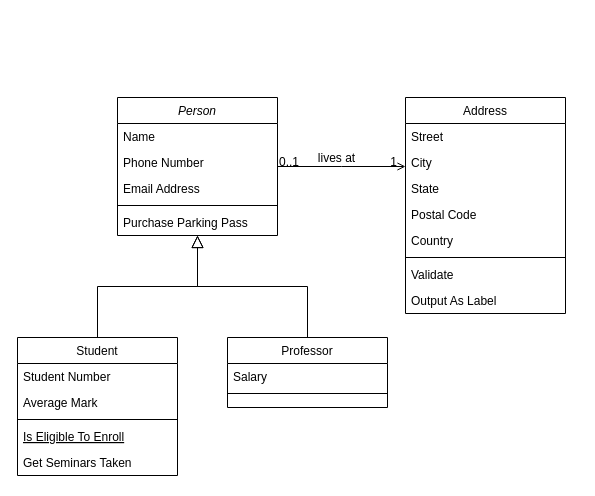
Earlier version of the draw.io diagram AssetManagementRetail.drawio (arizzadamm/AssetManagementRetail). Source tidied: cells renumbered, new cells numbered last; positions are measured from the earlier drawing's top-left corner, leaving out a move shared by most shapes. Both pictures are drawn from the tidied source at 100%, with x=0, y=0 at pixel (17, 97).
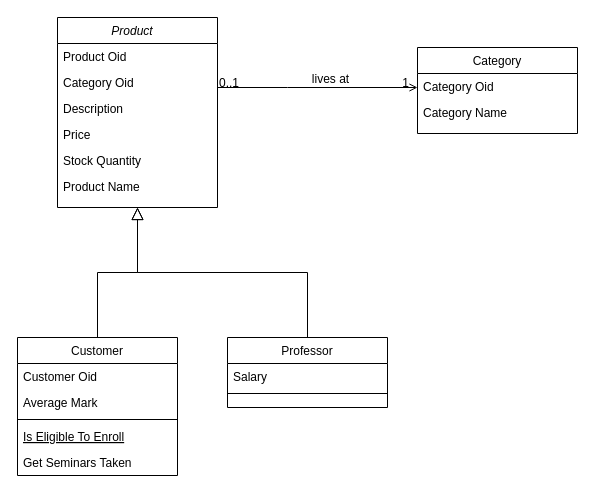
The same page after the edit.

What changed in the source:
```diff
@@
-    <mxCell id="2" value="Person" style="swimlane;fontStyle=2;align=center;verticalAlign=top;horizontal=1;startSize=26;rounded=0;shadow=0;strokeWidth=1;" parent="1" vertex="1">
-      <mxGeometry x="100" width="160" height="138" as="geometry" />
+    <mxCell id="2" value="Product   " style="swimlane;fontStyle=2;align=center;verticalAlign=top;horizontal=1;startSize=26;rounded=0;shadow=0;strokeWidth=1;" parent="1" vertex="1">
+      <mxGeometry x="40" y="-80" width="160" height="190" as="geometry" />
     </mxCell>
-    <mxCell id="3" value="Name" style="text;align=left;verticalAlign=top;spacingLeft=4;spacingRight=4;overflow=hidden;" parent="2" vertex="1">
+    <mxCell id="3" value="Product Oid    &#10;&#10;&#10;" style="text;align=left;verticalAlign=top;spacingLeft=4;spacingRight=4;overflow=hidden;" parent="2" vertex="1">
       <mxGeometry y="26" width="160" height="26" as="geometry" />
     </mxCell>
+    <mxCell id="32" value="Category Oid" style="text;align=left;verticalAlign=top;spacingLeft=4;spacingRight=4;overflow=hidden;rounded=0;shadow=0;html=0;" parent="2" vertex="1">
+      <mxGeometry y="52" width="160" height="26" as="geometry" />
+    </mxCell>
+    <mxCell id="5" value="Description&#10;" style="text;align=left;verticalAlign=top;spacingLeft=4;spacingRight=4;overflow=hidden;rounded=0;shadow=0;html=0;" parent="2" vertex="1">
+      <mxGeometry y="78" width="160" height="26" as="geometry" />
+    </mxCell>
+    <mxCell id="7" value="Price    &#10;&#10;    &#10;" style="text;align=left;verticalAlign=top;spacingLeft=4;spacingRight=4;overflow=hidden;" parent="2" vertex="1">
+      <mxGeometry y="104" width="160" height="26" as="geometry" />
+    </mxCell>
+    <mxCell id="33" value="Stock Quantity" style="text;align=left;verticalAlign=top;spacingLeft=4;spacingRight=4;overflow=hidden;rounded=0;shadow=0;html=0;" parent="2" vertex="1">
+      <mxGeometry y="130" width="160" height="26" as="geometry" />
+    </mxCell>
-    <mxCell id="4" value="Phone Number" style="text;align=left;verticalAlign=top;spacingLeft=4;spacingRight=4;overflow=hidden;rounded=0;shadow=0;html=0;" parent="2" vertex="1">
-      <mxGeometry y="52" width="160" height="26" as="geometry" />
+    <mxCell id="4" value="Product Name" style="text;align=left;verticalAlign=top;spacingLeft=4;spacingRight=4;overflow=hidden;rounded=0;shadow=0;html=0;" parent="2" vertex="1">
+      <mxGeometry y="156" width="160" height="26" as="geometry" />
     </mxCell>
-    <mxCell id="5" value="Email Address" style="text;align=left;verticalAlign=top;spacingLeft=4;spacingRight=4;overflow=hidden;rounded=0;shadow=0;html=0;" parent="2" vertex="1">
-      <mxGeometry y="78" width="160" height="26" as="geometry" />
-    </mxCell>
-    <mxCell id="6" style="line;html=1;strokeWidth=1;align=left;verticalAlign=middle;spacingTop=-1;spacingLeft=3;spacingRight=3;labelPosition=right;" parent="2" vertex="1">
-      <mxGeometry y="104" width="160" height="8" as="geometry" />
-    </mxCell>
-    <mxCell id="7" value="Purchase Parking Pass" style="text;align=left;verticalAlign=top;spacingLeft=4;spacingRight=4;overflow=hidden;" parent="2" vertex="1">
-      <mxGeometry y="112" width="160" height="26" as="geometry" />
-    </mxCell>
-    <mxCell id="8" value="Student" style="swimlane;fontStyle=0;align=center;verticalAlign=top;horizontal=1;startSize=26;rounded=0;shadow=0;strokeWidth=1;" parent="1" vertex="1">
+    <mxCell id="8" value="Customer" style="swimlane;fontStyle=0;align=center;verticalAlign=top;horizontal=1;startSize=26;rounded=0;shadow=0;strokeWidth=1;" parent="1" vertex="1">
       <mxGeometry y="240" width="160" height="138" as="geometry" />
     </mxCell>
-    <mxCell id="9" value="Student Number" style="text;align=left;verticalAlign=top;spacingLeft=4;spacingRight=4;overflow=hidden;" parent="8" vertex="1">
+    <mxCell id="9" value="Customer Oid" style="text;align=left;verticalAlign=top;spacingLeft=4;spacingRight=4;overflow=hidden;" parent="8" vertex="1">
       <mxGeometry y="26" width="160" height="26" as="geometry" />
     </mxCell>
@@
-    <mxCell id="19" value="Address" style="swimlane;fontStyle=0;align=center;verticalAlign=top;horizontal=1;startSize=26;rounded=0;shadow=0;strokeWidth=1;" parent="1" vertex="1">
-      <mxGeometry x="388" width="160" height="216" as="geometry" />
+    <mxCell id="19" value="Category" style="swimlane;fontStyle=0;align=center;verticalAlign=top;horizontal=1;startSize=26;rounded=0;shadow=0;strokeWidth=1;" parent="1" vertex="1">
+      <mxGeometry x="400" y="-50" width="160" height="86" as="geometry" />
     </mxCell>
-    <mxCell id="20" value="Street" style="text;align=left;verticalAlign=top;spacingLeft=4;spacingRight=4;overflow=hidden;" parent="19" vertex="1">
+    <mxCell id="20" value="Category Oid" style="text;align=left;verticalAlign=top;spacingLeft=4;spacingRight=4;overflow=hidden;" parent="19" vertex="1">
       <mxGeometry y="26" width="160" height="26" as="geometry" />
     </mxCell>
-    <mxCell id="21" value="City" style="text;align=left;verticalAlign=top;spacingLeft=4;spacingRight=4;overflow=hidden;rounded=0;shadow=0;html=0;" parent="19" vertex="1">
+    <mxCell id="21" value="Category Name" style="text;align=left;verticalAlign=top;spacingLeft=4;spacingRight=4;overflow=hidden;rounded=0;shadow=0;html=0;" parent="19" vertex="1">
       <mxGeometry y="52" width="160" height="26" as="geometry" />
     </mxCell>
-    <mxCell id="22" value="State" style="text;align=left;verticalAlign=top;spacingLeft=4;spacingRight=4;overflow=hidden;rounded=0;shadow=0;html=0;" parent="19" vertex="1">
-      <mxGeometry y="78" width="160" height="26" as="geometry" />
-    </mxCell>
-    <mxCell id="23" value="Postal Code" style="text;align=left;verticalAlign=top;spacingLeft=4;spacingRight=4;overflow=hidden;rounded=0;shadow=0;html=0;" parent="19" vertex="1">
-      <mxGeometry y="104" width="160" height="26" as="geometry" />
-    </mxCell>
-    <mxCell id="24" value="Country" style="text;align=left;verticalAlign=top;spacingLeft=4;spacingRight=4;overflow=hidden;rounded=0;shadow=0;html=0;" parent="19" vertex="1">
-      <mxGeometry y="130" width="160" height="26" as="geometry" />
-    </mxCell>
-    <mxCell id="25" style="line;html=1;strokeWidth=1;align=left;verticalAlign=middle;spacingTop=-1;spacingLeft=3;spacingRight=3;labelPosition=right;" parent="19" vertex="1">
-      <mxGeometry y="156" width="160" height="8" as="geometry" />
-    </mxCell>
-    <mxCell id="26" value="Validate" style="text;align=left;verticalAlign=top;spacingLeft=4;spacingRight=4;overflow=hidden;" parent="19" vertex="1">
-      <mxGeometry y="164" width="160" height="26" as="geometry" />
-    </mxCell>
-    <mxCell id="27" value="Output As Label" style="text;align=left;verticalAlign=top;spacingLeft=4;spacingRight=4;overflow=hidden;" parent="19" vertex="1">
-      <mxGeometry y="190" width="160" height="26" as="geometry" />
-    </mxCell>
-    <mxCell id="28" style="endArrow=open;shadow=0;strokeWidth=1;rounded=0;endFill=1;edgeStyle=elbowEdgeStyle;elbow=vertical;" parent="1" edge="1" source="2" target="19">
+    <mxCell id="28" style="endArrow=open;shadow=0;strokeWidth=1;rounded=0;endFill=1;edgeStyle=elbowEdgeStyle;elbow=vertical;" parent="1" edge="1">
       <mxGeometry x="0.5" y="41" relative="1" as="geometry">
+        <mxPoint x="200" y="-10" as="sourcePoint" />
+        <mxPoint x="400" y="-10" as="targetPoint" />
+        <Array as="points">
+          <mxPoint x="270" y="-10" />
+        </Array>
         <mxPoint x="-40" y="32" as="offset" />
       </mxGeometry>
     </mxCell>
```
